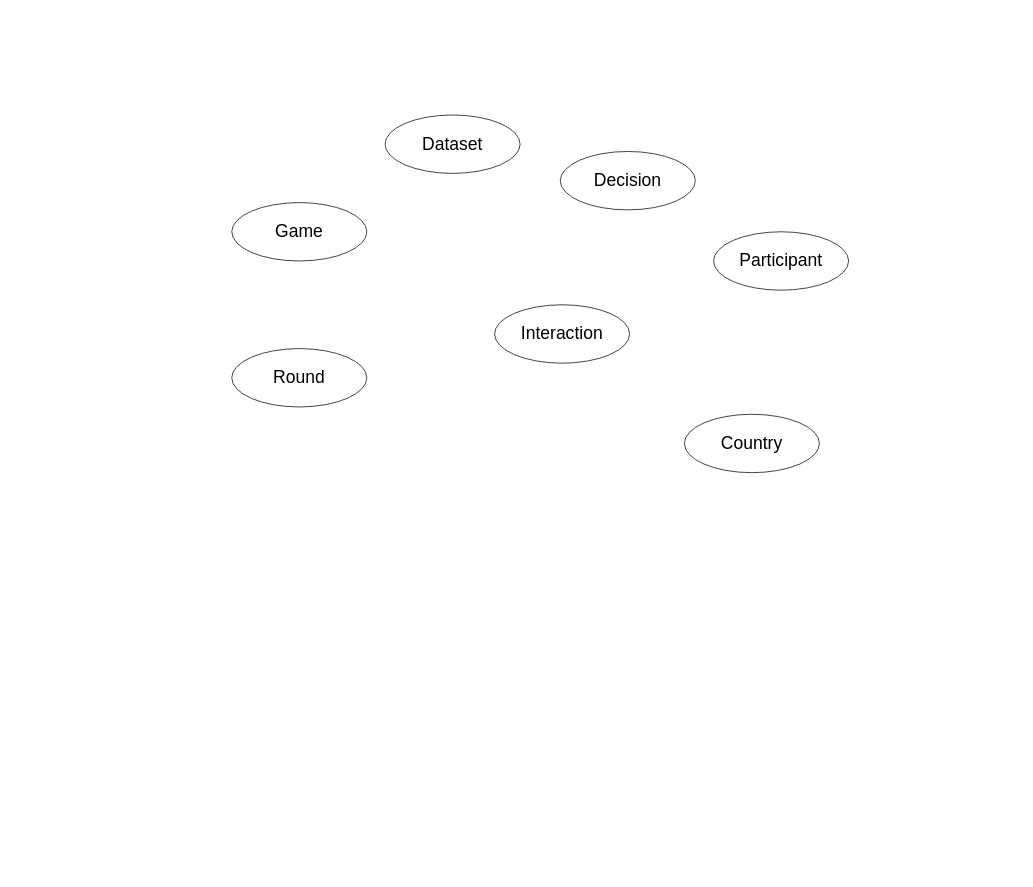
This is Untitled Diagram.drawio from hikkaaa/KGEmbeddings-4-ConflictGames, a draw.io file, before an edit. Source tidied: cells renumbered, new cells numbered last; positions are measured from the earlier drawing's top-left corner, leaving out a move shared by most shapes. Both pictures are drawn from the tidied source at 73%, with x=0, y=0 at pixel (231, 115).
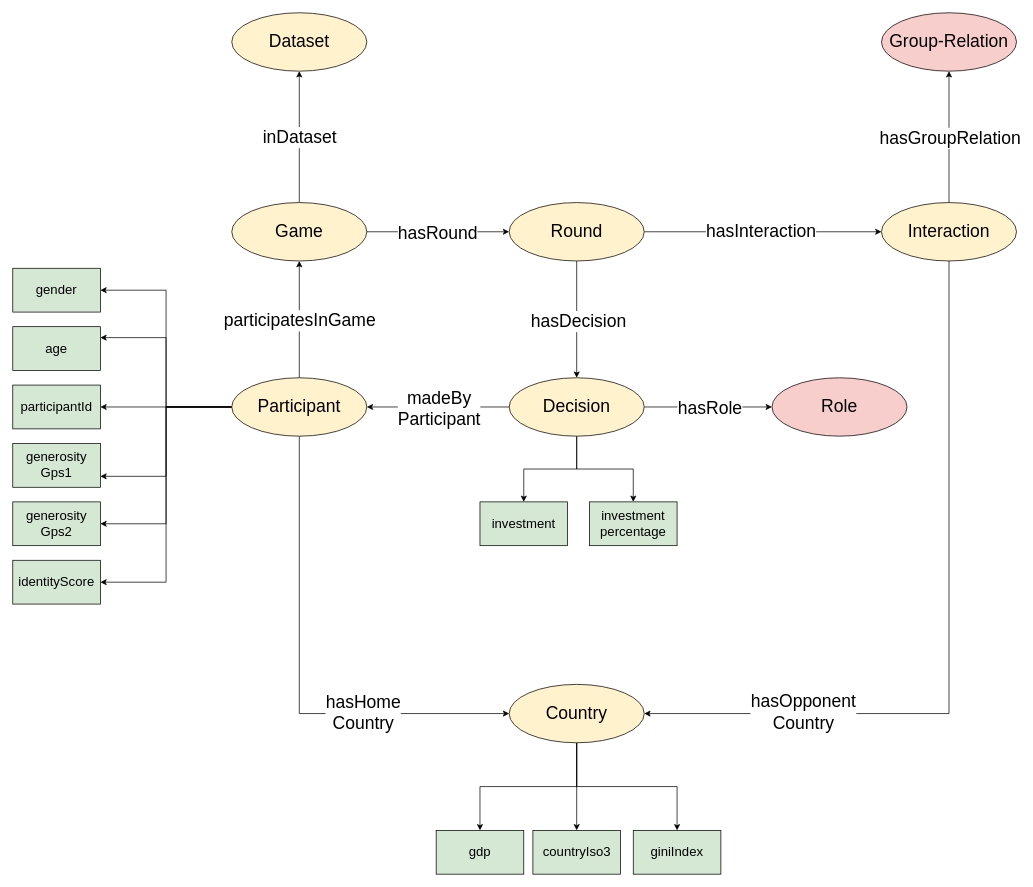
The same page after the edit.

Change to the diagram source:
```diff
@@
-    <mxCell id="2" value="&lt;font style=&quot;font-size: 24px;&quot;&gt;Dataset&lt;/font&gt;" style="ellipse;whiteSpace=wrap;html=1;" parent="1" vertex="1">
-      <mxGeometry x="210" width="185" height="80" as="geometry" />
+    <mxCell id="2" value="&lt;font style=&quot;font-size: 24px;&quot;&gt;Dataset&lt;/font&gt;" style="ellipse;whiteSpace=wrap;html=1;fillColor=#FFF2CC;" parent="1" vertex="1">
+      <mxGeometry y="-140" width="185" height="80" as="geometry" />
     </mxCell>
+    <mxCell id="9" style="edgeStyle=orthogonalEdgeStyle;rounded=0;jettySize=auto;html=1;exitX=0.5;exitY=0;exitDx=0;exitDy=0;entryX=0.5;entryY=1;entryDx=0;entryDy=0;" parent="1" edge="1" source="3" target="2">
+      <mxGeometry relative="1" as="geometry" />
+    </mxCell>
+    <mxCell id="10" value="&lt;font style=&quot;font-size: 24px;&quot;&gt;inDataset&lt;/font&gt;" style="edgeLabel;html=1;align=center;verticalAlign=middle;" parent="9" vertex="1">
+      <mxGeometry x="0.01" relative="1" as="geometry">
+        <mxPoint y="1" as="offset" />
+      </mxGeometry>
+    </mxCell>
+    <mxCell id="11" style="edgeStyle=orthogonalEdgeStyle;rounded=0;jettySize=auto;html=1;exitX=1;exitY=0.5;exitDx=0;exitDy=0;entryX=0;entryY=0.5;entryDx=0;entryDy=0;" parent="1" edge="1" source="3" target="4">
+      <mxGeometry relative="1" as="geometry" />
+    </mxCell>
+    <mxCell id="12" value="&lt;font style=&quot;font-size: 24px;&quot;&gt;hasRound&lt;/font&gt;" style="edgeLabel;html=1;align=center;verticalAlign=middle;" parent="11" vertex="1">
+      <mxGeometry x="-0.02" y="-2" relative="1" as="geometry" />
+    </mxCell>
-    <mxCell id="3" value="&lt;span style=&quot;font-size: 24px;&quot;&gt;Game&lt;/span&gt;" style="ellipse;whiteSpace=wrap;html=1;" parent="1" vertex="1">
+    <mxCell id="3" value="&lt;span style=&quot;font-size: 24px;&quot;&gt;Game&lt;/span&gt;" style="ellipse;whiteSpace=wrap;html=1;fillColor=#FFF2CC;" parent="1" vertex="1">
       <mxGeometry y="120" width="185" height="80" as="geometry" />
     </mxCell>
+    <mxCell id="13" style="edgeStyle=orthogonalEdgeStyle;rounded=0;jettySize=auto;html=1;exitX=1;exitY=0.5;exitDx=0;exitDy=0;entryX=0;entryY=0.5;entryDx=0;entryDy=0;" parent="1" edge="1" source="4" target="5">
+      <mxGeometry relative="1" as="geometry" />
+    </mxCell>
+    <mxCell id="14" value="&lt;font style=&quot;font-size: 24px;&quot;&gt;hasInteraction&lt;/font&gt;" style="edgeLabel;html=1;align=center;verticalAlign=middle;" parent="13" vertex="1">
+      <mxGeometry x="-0.02" y="2" relative="1" as="geometry" />
+    </mxCell>
+    <mxCell id="15" style="edgeStyle=orthogonalEdgeStyle;rounded=0;jettySize=auto;html=1;exitX=0.5;exitY=1;exitDx=0;exitDy=0;entryX=0.5;entryY=0;entryDx=0;entryDy=0;" parent="1" edge="1" source="4" target="6">
+      <mxGeometry relative="1" as="geometry" />
+    </mxCell>
+    <mxCell id="16" value="&lt;font style=&quot;font-size: 24px;&quot;&gt;hasDecision&lt;/font&gt;" style="edgeLabel;html=1;align=center;verticalAlign=middle;" parent="15" vertex="1">
+      <mxGeometry x="0.02" y="2" relative="1" as="geometry" />
+    </mxCell>
-    <mxCell id="4" value="&lt;span style=&quot;font-size: 24px;&quot;&gt;Round&lt;/span&gt;" style="ellipse;whiteSpace=wrap;html=1;" parent="1" vertex="1">
-      <mxGeometry y="320" width="185" height="80" as="geometry" />
+    <mxCell id="4" value="&lt;span style=&quot;font-size: 24px;&quot;&gt;Round&lt;/span&gt;" style="ellipse;whiteSpace=wrap;html=1;fillColor=#FFF2CC;" parent="1" vertex="1">
+      <mxGeometry x="380" y="120" width="185" height="80" as="geometry" />
     </mxCell>
+    <mxCell id="17" style="edgeStyle=orthogonalEdgeStyle;rounded=0;jettySize=auto;html=1;exitX=0.5;exitY=1;exitDx=0;exitDy=0;entryX=1;entryY=0.5;entryDx=0;entryDy=0;" parent="1" edge="1" source="5" target="7">
+      <mxGeometry relative="1" as="geometry" />
+    </mxCell>
+    <mxCell id="18" value="&lt;font style=&quot;font-size: 24px;&quot;&gt;hasOpponent&lt;/font&gt;&lt;div&gt;&lt;span style=&quot;font-size: 24px;&quot;&gt;Country&lt;/span&gt;&lt;/div&gt;" style="edgeLabel;html=1;align=center;verticalAlign=middle;" parent="17" vertex="1">
+      <mxGeometry x="0.58" y="-3" relative="1" as="geometry" />
+    </mxCell>
+    <mxCell id="19" style="edgeStyle=orthogonalEdgeStyle;rounded=0;jettySize=auto;html=1;exitX=0.5;exitY=0;exitDx=0;exitDy=0;entryX=0.5;entryY=1;entryDx=0;entryDy=0;" parent="1" edge="1" source="5" target="41">
+      <mxGeometry relative="1" as="geometry" />
+    </mxCell>
+    <mxCell id="20" value="&lt;font style=&quot;font-size: 24px;&quot;&gt;hasGroupRelation&lt;/font&gt;" style="edgeLabel;html=1;align=center;verticalAlign=middle;" parent="19" vertex="1">
+      <mxGeometry x="-0.01" y="-1" relative="1" as="geometry" />
+    </mxCell>
-    <mxCell id="5" value="&lt;span style=&quot;font-size: 24px;&quot;&gt;Interaction&lt;/span&gt;" style="ellipse;whiteSpace=wrap;html=1;" parent="1" vertex="1">
-      <mxGeometry x="360" y="260" width="185" height="80" as="geometry" />
+    <mxCell id="5" value="&lt;span style=&quot;font-size: 24px;&quot;&gt;Interaction&lt;/span&gt;" style="ellipse;whiteSpace=wrap;html=1;fillColor=#FFF2CC;" parent="1" vertex="1">
+      <mxGeometry x="890" y="120" width="185" height="80" as="geometry" />
     </mxCell>
+    <mxCell id="21" style="edgeStyle=orthogonalEdgeStyle;rounded=0;jettySize=auto;html=1;exitX=0;exitY=0.5;exitDx=0;exitDy=0;entryX=1;entryY=0.5;entryDx=0;entryDy=0;" parent="1" edge="1" source="6" target="8">
+      <mxGeometry relative="1" as="geometry" />
+    </mxCell>
+    <mxCell id="22" value="&lt;font style=&quot;font-size: 24px;&quot;&gt;madeBy&lt;/font&gt;&lt;div&gt;&lt;font style=&quot;font-size: 24px;&quot;&gt;Participant&lt;/font&gt;&lt;/div&gt;" style="edgeLabel;html=1;align=center;verticalAlign=middle;" parent="21" vertex="1">
+      <mxGeometry x="-0.01" y="1" relative="1" as="geometry" />
+    </mxCell>
+    <mxCell id="23" style="edgeStyle=orthogonalEdgeStyle;rounded=0;jettySize=auto;html=1;exitX=1;exitY=0.5;exitDx=0;exitDy=0;entryX=0;entryY=0.5;entryDx=0;entryDy=0;" parent="1" edge="1" source="6" target="40">
+      <mxGeometry relative="1" as="geometry" />
+    </mxCell>
+    <mxCell id="24" value="&lt;font style=&quot;font-size: 24px;&quot;&gt;hasRole&lt;/font&gt;" style="edgeLabel;html=1;align=center;verticalAlign=middle;" parent="23" vertex="1">
+      <mxGeometry x="0.01" y="-1" relative="1" as="geometry">
+        <mxPoint x="1" as="offset" />
+      </mxGeometry>
+    </mxCell>
+    <mxCell id="25" style="edgeStyle=orthogonalEdgeStyle;rounded=0;jettySize=auto;html=1;exitX=0.5;exitY=1;exitDx=0;exitDy=0;entryX=0.5;entryY=0;entryDx=0;entryDy=0;" parent="1" edge="1" source="6" target="51">
+      <mxGeometry relative="1" as="geometry" />
+    </mxCell>
+    <mxCell id="26" style="edgeStyle=orthogonalEdgeStyle;rounded=0;jettySize=auto;html=1;exitX=0.5;exitY=1;exitDx=0;exitDy=0;entryX=0.5;entryY=0;entryDx=0;entryDy=0;" parent="1" edge="1" source="6" target="52">
+      <mxGeometry relative="1" as="geometry" />
+    </mxCell>
-    <mxCell id="6" value="&lt;span style=&quot;font-size: 24px;&quot;&gt;Decision&lt;/span&gt;" style="ellipse;whiteSpace=wrap;html=1;" parent="1" vertex="1">
-      <mxGeometry x="450" y="50" width="185" height="80" as="geometry" />
+    <mxCell id="6" value="&lt;span style=&quot;font-size: 24px;&quot;&gt;Decision&lt;/span&gt;" style="ellipse;whiteSpace=wrap;html=1;fillColor=#FFF2CC;" parent="1" vertex="1">
+      <mxGeometry x="380" y="360" width="185" height="80" as="geometry" />
     </mxCell>
+    <mxCell id="27" style="edgeStyle=orthogonalEdgeStyle;rounded=0;jettySize=auto;html=1;exitX=0.5;exitY=1;exitDx=0;exitDy=0;entryX=0.5;entryY=0;entryDx=0;entryDy=0;" parent="1" edge="1" source="7" target="48">
+      <mxGeometry relative="1" as="geometry" />
+    </mxCell>
+    <mxCell id="28" style="edgeStyle=orthogonalEdgeStyle;rounded=0;jettySize=auto;html=1;exitX=0.5;exitY=1;exitDx=0;exitDy=0;entryX=0.5;entryY=0;entryDx=0;entryDy=0;" parent="1" edge="1" source="7" target="49">
+      <mxGeometry relative="1" as="geometry" />
+    </mxCell>
+    <mxCell id="29" style="edgeStyle=orthogonalEdgeStyle;rounded=0;jettySize=auto;html=1;exitX=0.5;exitY=1;exitDx=0;exitDy=0;entryX=0.5;entryY=0;entryDx=0;entryDy=0;" parent="1" edge="1" source="7" target="50">
+      <mxGeometry relative="1" as="geometry" />
+    </mxCell>
-    <mxCell id="7" value="&lt;span style=&quot;font-size: 24px;&quot;&gt;Country&lt;/span&gt;" style="ellipse;whiteSpace=wrap;html=1;" parent="1" vertex="1">
-      <mxGeometry x="620" y="410" width="185" height="80" as="geometry" />
+    <mxCell id="7" value="&lt;span style=&quot;font-size: 24px;&quot;&gt;Country&lt;/span&gt;" style="ellipse;whiteSpace=wrap;html=1;fillColor=#FFF2CC;" parent="1" vertex="1">
+      <mxGeometry x="380" y="780" width="185" height="80" as="geometry" />
     </mxCell>
+    <mxCell id="30" style="edgeStyle=orthogonalEdgeStyle;rounded=0;jettySize=auto;html=1;exitX=0.5;exitY=0;exitDx=0;exitDy=0;entryX=0.5;entryY=1;entryDx=0;entryDy=0;" parent="1" edge="1" source="8" target="3">
+      <mxGeometry relative="1" as="geometry" />
+    </mxCell>
+    <mxCell id="31" value="&lt;font style=&quot;font-size: 24px;&quot;&gt;participatesInGame&lt;/font&gt;" style="edgeLabel;html=1;align=center;verticalAlign=middle;" parent="30" vertex="1">
+      <mxGeometry x="-0.02" relative="1" as="geometry">
+        <mxPoint y="-1" as="offset" />
+      </mxGeometry>
+    </mxCell>
+    <mxCell id="32" style="edgeStyle=orthogonalEdgeStyle;rounded=0;jettySize=auto;html=1;exitX=0.5;exitY=1;exitDx=0;exitDy=0;entryX=0;entryY=0.5;entryDx=0;entryDy=0;" parent="1" edge="1" source="8" target="7">
+      <mxGeometry relative="1" as="geometry" />
+    </mxCell>
+    <mxCell id="33" value="&lt;font style=&quot;font-size: 24px;&quot;&gt;hasHome&lt;/font&gt;&lt;div&gt;&lt;font style=&quot;font-size: 24px;&quot;&gt;Country&lt;/font&gt;&lt;/div&gt;" style="edgeLabel;html=1;align=center;verticalAlign=middle;" parent="32" vertex="1">
+      <mxGeometry x="0.4" y="2" relative="1" as="geometry" />
+    </mxCell>
+    <mxCell id="34" style="edgeStyle=orthogonalEdgeStyle;rounded=0;jettySize=auto;html=1;exitX=0;exitY=0.5;exitDx=0;exitDy=0;entryX=1;entryY=0.5;entryDx=0;entryDy=0;" parent="1" edge="1" source="8" target="44">
+      <mxGeometry relative="1" as="geometry" />
+    </mxCell>
+    <mxCell id="35" style="edgeStyle=orthogonalEdgeStyle;rounded=0;jettySize=auto;html=1;exitX=0;exitY=0.5;exitDx=0;exitDy=0;entryX=1;entryY=0.25;entryDx=0;entryDy=0;" parent="1" edge="1" source="8" target="42">
+      <mxGeometry relative="1" as="geometry" />
+    </mxCell>
+    <mxCell id="36" style="edgeStyle=orthogonalEdgeStyle;rounded=0;jettySize=auto;html=1;exitX=0;exitY=0.5;exitDx=0;exitDy=0;entryX=1;entryY=0.5;entryDx=0;entryDy=0;" parent="1" edge="1" source="8" target="43">
+      <mxGeometry relative="1" as="geometry" />
+    </mxCell>
+    <mxCell id="37" style="edgeStyle=orthogonalEdgeStyle;rounded=0;jettySize=auto;html=1;exitX=0;exitY=0.5;exitDx=0;exitDy=0;entryX=1;entryY=0.75;entryDx=0;entryDy=0;" parent="1" edge="1" source="8" target="45">
+      <mxGeometry relative="1" as="geometry" />
+    </mxCell>
+    <mxCell id="38" style="edgeStyle=orthogonalEdgeStyle;rounded=0;jettySize=auto;html=1;exitX=0;exitY=0.5;exitDx=0;exitDy=0;entryX=1;entryY=0.5;entryDx=0;entryDy=0;" parent="1" edge="1" source="8" target="46">
+      <mxGeometry relative="1" as="geometry" />
+    </mxCell>
+    <mxCell id="39" style="edgeStyle=orthogonalEdgeStyle;rounded=0;jettySize=auto;html=1;exitX=0;exitY=0.5;exitDx=0;exitDy=0;entryX=1;entryY=0.5;entryDx=0;entryDy=0;" parent="1" edge="1" source="8" target="47">
+      <mxGeometry relative="1" as="geometry" />
+    </mxCell>
-    <mxCell id="8" value="&lt;span style=&quot;font-size: 24px;&quot;&gt;Participant&lt;/span&gt;" style="ellipse;whiteSpace=wrap;html=1;" parent="1" vertex="1">
-      <mxGeometry x="660" y="160" width="185" height="80" as="geometry" />
+    <mxCell id="8" value="&lt;span style=&quot;font-size: 24px;&quot;&gt;Participant&lt;/span&gt;" style="ellipse;whiteSpace=wrap;html=1;fillColor=#FFF2CC;" parent="1" vertex="1">
+      <mxGeometry y="360" width="185" height="80" as="geometry" />
     </mxCell>
+    <mxCell id="40" value="&lt;span style=&quot;font-size: 24px;&quot;&gt;Role&lt;/span&gt;" style="ellipse;whiteSpace=wrap;html=1;fillColor=#F8CECC;" parent="1" vertex="1">
+      <mxGeometry x="740" y="360" width="185" height="80" as="geometry" />
+    </mxCell>
+    <mxCell id="41" value="&lt;span style=&quot;font-size: 24px;&quot;&gt;Group-Relation&lt;/span&gt;" style="ellipse;whiteSpace=wrap;html=1;fillColor=#F8CECC;" parent="1" vertex="1">
+      <mxGeometry x="890" y="-140" width="185" height="80" as="geometry" />
+    </mxCell>
+    <mxCell id="42" value="&lt;span style=&quot;font-size: 18px;&quot;&gt;age&lt;/span&gt;" style="rounded=0;whiteSpace=wrap;html=1;fillColor=#D5E8D4;" parent="1" vertex="1">
+      <mxGeometry x="-300" y="290" width="120" height="60" as="geometry" />
+    </mxCell>
+    <mxCell id="43" value="&lt;font style=&quot;font-size: 18px;&quot;&gt;participantId&lt;/font&gt;" style="rounded=0;whiteSpace=wrap;html=1;fillColor=#D5E8D4;" parent="1" vertex="1">
+      <mxGeometry x="-300" y="370" width="120" height="60" as="geometry" />
+    </mxCell>
+    <mxCell id="44" value="&lt;span style=&quot;font-size: 18px;&quot;&gt;gender&lt;/span&gt;" style="rounded=0;whiteSpace=wrap;html=1;fillColor=#D5E8D4;" parent="1" vertex="1">
+      <mxGeometry x="-300" y="210" width="120" height="60" as="geometry" />
+    </mxCell>
+    <mxCell id="45" value="&lt;span style=&quot;font-size: 18px;&quot;&gt;generosity&lt;/span&gt;&lt;div&gt;&lt;span style=&quot;font-size: 18px;&quot;&gt;Gps1&lt;/span&gt;&lt;/div&gt;" style="rounded=0;whiteSpace=wrap;html=1;fillColor=#D5E8D4;" parent="1" vertex="1">
+      <mxGeometry x="-300" y="450" width="120" height="60" as="geometry" />
+    </mxCell>
+    <mxCell id="46" value="&lt;span style=&quot;font-size: 18px;&quot;&gt;generosity&lt;/span&gt;&lt;div&gt;&lt;span style=&quot;font-size: 18px;&quot;&gt;Gps2&lt;/span&gt;&lt;/div&gt;" style="rounded=0;whiteSpace=wrap;html=1;fillColor=#D5E8D4;" parent="1" vertex="1">
+      <mxGeometry x="-300" y="530" width="120" height="60" as="geometry" />
+    </mxCell>
+    <mxCell id="47" value="&lt;span style=&quot;font-size: 18px;&quot;&gt;identityScore&lt;/span&gt;" style="rounded=0;whiteSpace=wrap;html=1;fillColor=#D5E8D4;" parent="1" vertex="1">
+      <mxGeometry x="-300" y="610" width="120" height="60" as="geometry" />
+    </mxCell>
+    <mxCell id="48" value="&lt;span style=&quot;font-size: 18px;&quot;&gt;countryIso3&lt;/span&gt;" style="rounded=0;whiteSpace=wrap;html=1;fillColor=#D5E8D4;" parent="1" vertex="1">
+      <mxGeometry x="412.5" y="980" width="120" height="60" as="geometry" />
+    </mxCell>
+    <mxCell id="49" value="&lt;span style=&quot;font-size: 18px;&quot;&gt;giniIndex&lt;/span&gt;" style="rounded=0;whiteSpace=wrap;html=1;fillColor=#D5E8D4;" parent="1" vertex="1">
+      <mxGeometry x="550" y="980" width="120" height="60" as="geometry" />
+    </mxCell>
+    <mxCell id="50" value="&lt;span style=&quot;font-size: 18px;&quot;&gt;gdp&lt;/span&gt;" style="rounded=0;whiteSpace=wrap;html=1;fillColor=#D5E8D4;" parent="1" vertex="1">
+      <mxGeometry x="280" y="980" width="120" height="60" as="geometry" />
+    </mxCell>
+    <mxCell id="51" value="&lt;span style=&quot;font-size: 18px;&quot;&gt;investment&lt;/span&gt;" style="rounded=0;whiteSpace=wrap;html=1;fillColor=#D5E8D4;" parent="1" vertex="1">
+      <mxGeometry x="340" y="530" width="120" height="60" as="geometry" />
+    </mxCell>
+    <mxCell id="52" value="&lt;span style=&quot;font-size: 18px;&quot;&gt;investment&lt;/span&gt;&lt;div&gt;&lt;span style=&quot;font-size: 18px;&quot;&gt;percentage&lt;/span&gt;&lt;/div&gt;" style="rounded=0;whiteSpace=wrap;html=1;fillColor=#D5E8D4;" parent="1" vertex="1">
+      <mxGeometry x="490" y="530" width="120" height="60" as="geometry" />
+    </mxCell>
```
